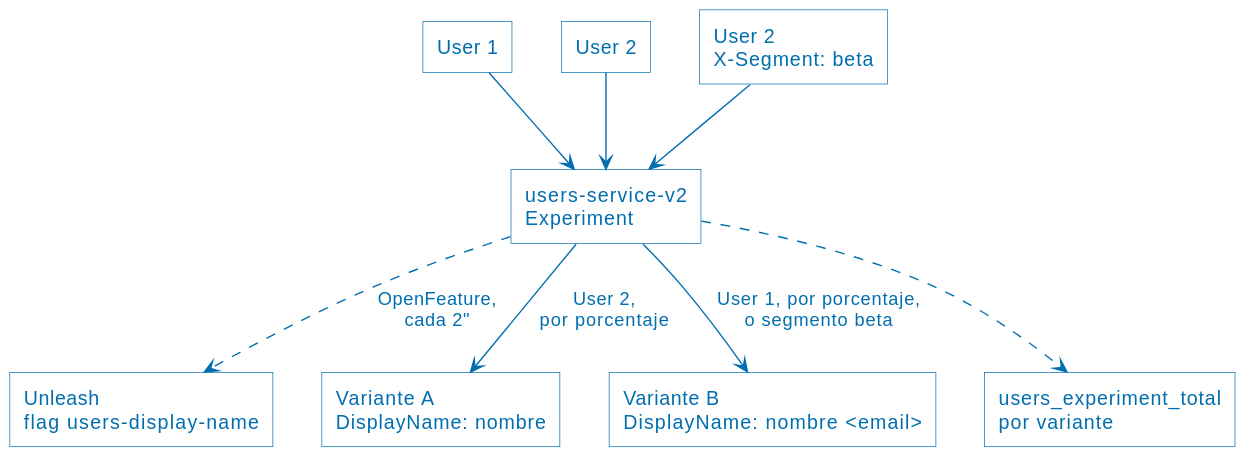
Above: assets/30-ab-testing.svg in ucudal/ANDIS2_UT4_DEMO1 (PlantUML), before the change.
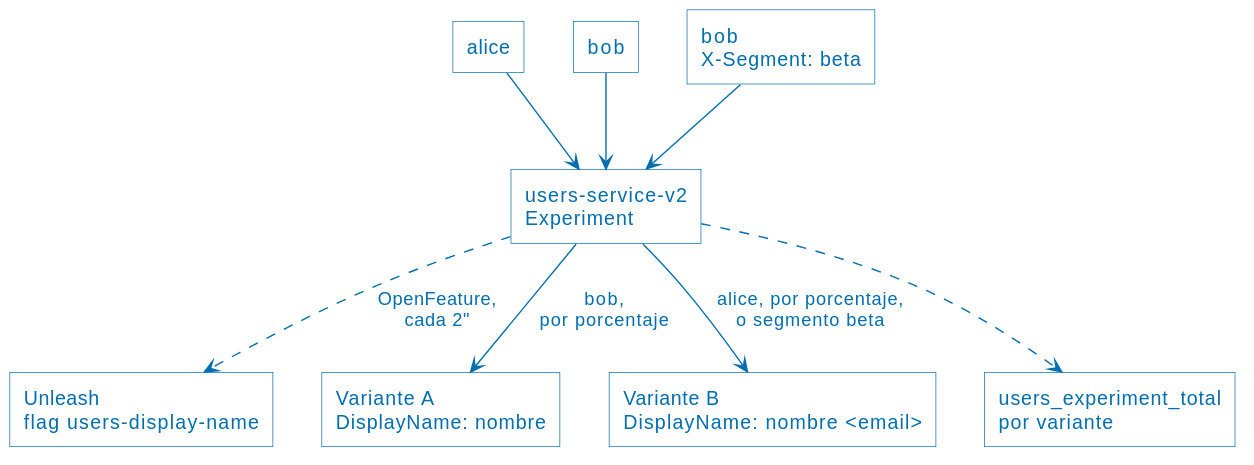
After the change.

What changed in the source:
```diff
@@ -1,8 +1,8 @@
 @startuml
 !include PlantUML.style
-rectangle "User 1" as U1
-rectangle "User 2" as U2
-rectangle "User 2\nX-Segment: beta" as U3
+rectangle "alice" as U1
+rectangle "bob" as U2
+rectangle "bob\nX-Segment: beta" as U3
 rectangle "users-service-v2\nExperiment" as V2
 rectangle "Unleash\nflag users-display-name" as UL
 rectangle "Variante A\nDisplayName: nombre" as A
@@ -12,7 +12,7 @@
 U2 --> V2
 U3 --> V2
 V2 ..> UL : OpenFeature,\ncada 2"
-V2 --> A : User 2,\npor porcentaje
-V2 --> B : User 1, por porcentaje,\no segmento beta
+V2 --> A : bob,\npor porcentaje
+V2 --> B : alice, por porcentaje,\no segmento beta
 V2 ..> M
 @enduml
```
